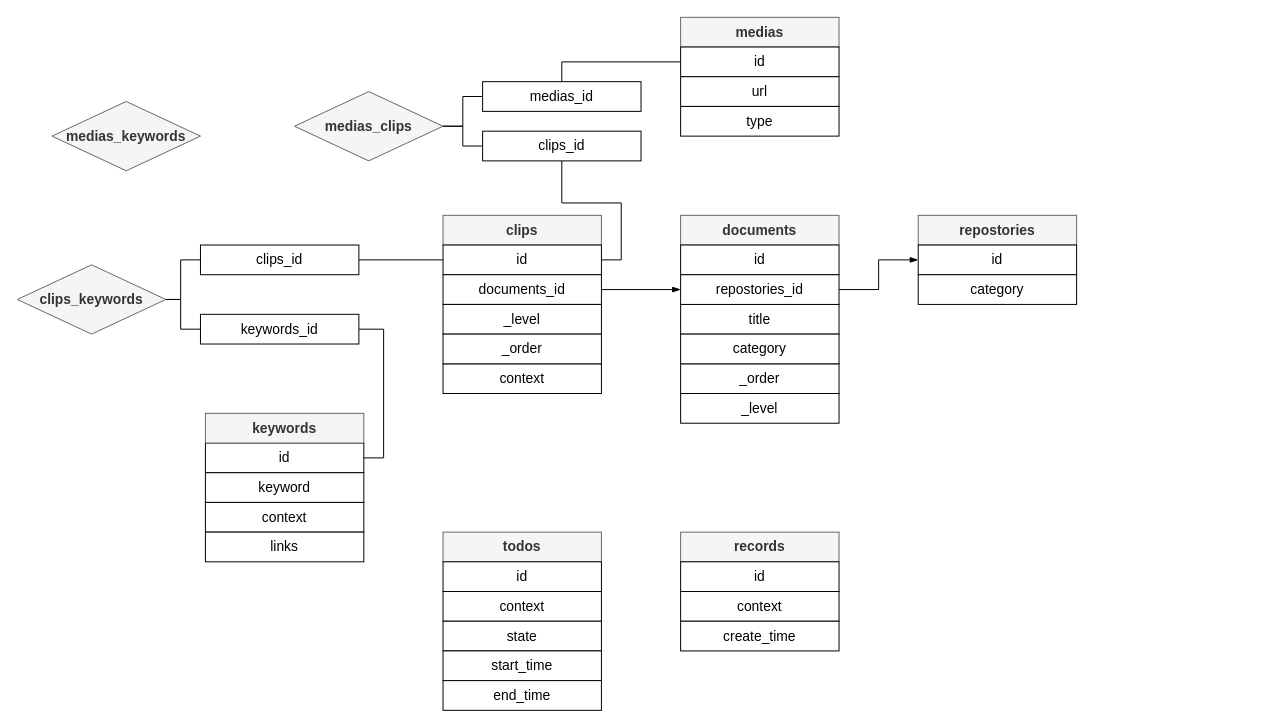
creatern/NoteBook keeps this draw.io diagram as page "E-R" (3 of 3) of Projects/captin/captin.drawio. Above is the earlier version. Source tidied: cells renumbered, new cells numbered last; positions are measured from the earlier drawing's top-left corner, leaving out a move shared by most shapes. Both pictures are drawn from the tidied source at 99%, with x=0, y=0 at pixel (17, 17).
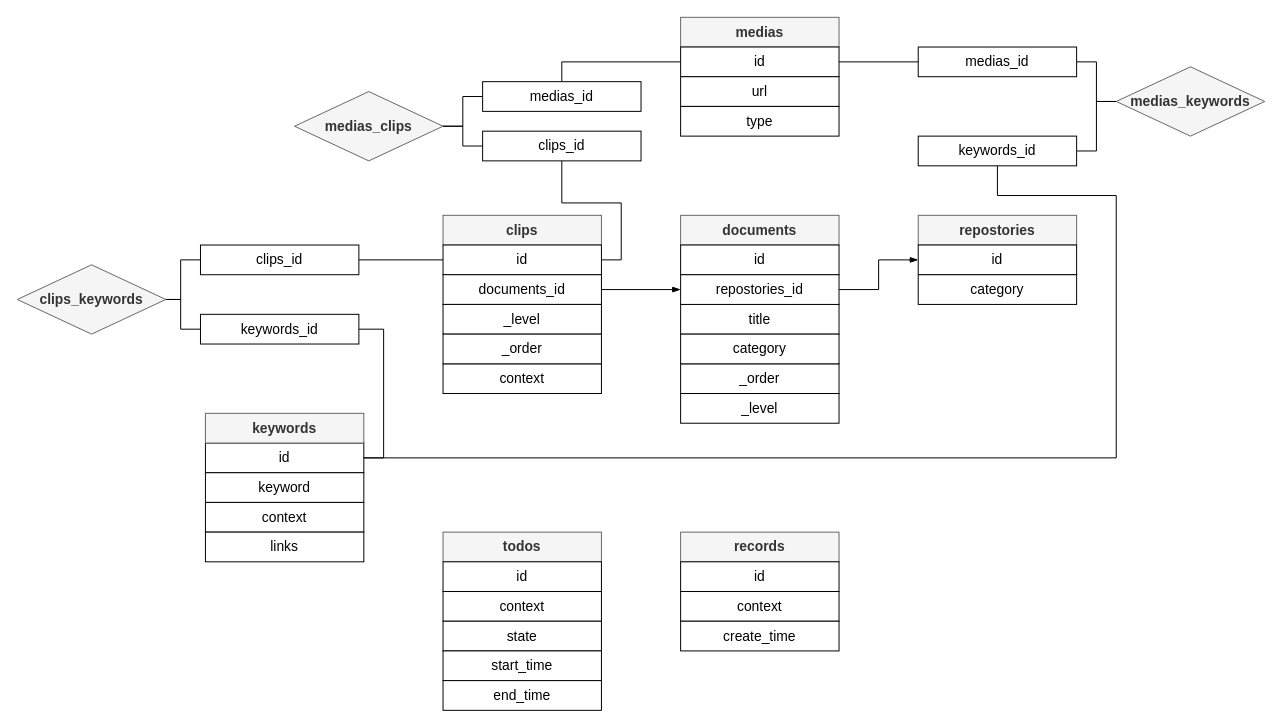
Above is the later version.

Unchanged cells that the change refers to:
```xml
<mxCell id="14" value="id" style="rounded=0;whiteSpace=wrap;html=1;fontFamily=Helvetica;fontSize=14;labelBackgroundColor=none;" parent="1" vertex="1">
  <mxGeometry x="190" y="430" width="160" height="30" as="geometry" />
</mxCell>
<mxCell id="44" value="id" style="rounded=0;whiteSpace=wrap;html=1;fontFamily=Helvetica;fontSize=14;labelBackgroundColor=none;" parent="1" vertex="1">
  <mxGeometry x="670" y="30" width="160" height="30" as="geometry" />
</mxCell>
```

Diff of the diagram source:
```diff
@@
+    <mxCell id="54" style="edgeStyle=orthogonalEdgeStyle;rounded=0;jettySize=auto;html=1;exitX=0;exitY=0.5;exitDx=0;exitDy=0;entryX=1;entryY=0.5;entryDx=0;entryDy=0;strokeColor=default;align=center;verticalAlign=middle;fontFamily=Helvetica;fontSize=11;fontColor=default;labelBackgroundColor=default;endArrow=none;endFill=0;" parent="1" edge="1" source="53" target="57">
+      <mxGeometry relative="1" as="geometry" />
+    </mxCell>
+    <mxCell id="55" style="edgeStyle=orthogonalEdgeStyle;rounded=0;jettySize=auto;html=1;exitX=0;exitY=0.5;exitDx=0;exitDy=0;entryX=1;entryY=0.5;entryDx=0;entryDy=0;strokeColor=default;align=center;verticalAlign=middle;fontFamily=Helvetica;fontSize=11;fontColor=default;labelBackgroundColor=default;endArrow=none;endFill=0;" parent="1" edge="1" source="53" target="59">
+      <mxGeometry relative="1" as="geometry" />
+    </mxCell>
     <mxCell id="53" value="&lt;span style=&quot;color: rgb(51, 51, 51); font-size: 14px; font-weight: 700;&quot;&gt;medias_keywords&lt;/span&gt;" style="rhombus;whiteSpace=wrap;html=1;fillColor=#f5f5f5;fontColor=#333333;strokeColor=#666666;" parent="1" vertex="1">
-      <mxGeometry x="35" y="85" width="150" height="70" as="geometry" />
+      <mxGeometry x="1110" y="50" width="150" height="70" as="geometry" />
     </mxCell>
+    <mxCell id="56" style="edgeStyle=orthogonalEdgeStyle;rounded=0;jettySize=auto;html=1;exitX=0;exitY=0.5;exitDx=0;exitDy=0;entryX=1;entryY=0.5;entryDx=0;entryDy=0;strokeColor=default;align=center;verticalAlign=middle;fontFamily=Helvetica;fontSize=11;fontColor=default;labelBackgroundColor=default;endArrow=none;endFill=0;" parent="1" edge="1" source="57" target="44">
+      <mxGeometry relative="1" as="geometry" />
+    </mxCell>
+    <mxCell id="57" value="medias_id" style="rounded=0;whiteSpace=wrap;html=1;fontFamily=Helvetica;fontSize=14;labelBackgroundColor=none;" parent="1" vertex="1">
+      <mxGeometry x="910" y="30" width="160" height="30" as="geometry" />
+    </mxCell>
+    <mxCell id="58" style="edgeStyle=orthogonalEdgeStyle;rounded=0;jettySize=auto;html=1;exitX=0.5;exitY=1;exitDx=0;exitDy=0;entryX=1;entryY=0.5;entryDx=0;entryDy=0;strokeColor=default;align=center;verticalAlign=middle;fontFamily=Helvetica;fontSize=11;fontColor=default;labelBackgroundColor=default;endArrow=none;endFill=0;" parent="1" edge="1" source="59" target="14">
+      <mxGeometry relative="1" as="geometry">
+        <Array as="points">
+          <mxPoint x="990" y="180" />
+          <mxPoint x="1110" y="180" />
+          <mxPoint x="1110" y="445" />
+        </Array>
+      </mxGeometry>
+    </mxCell>
+    <mxCell id="59" value="keywords_id" style="rounded=0;whiteSpace=wrap;html=1;fontFamily=Helvetica;fontSize=14;labelBackgroundColor=none;" parent="1" vertex="1">
+      <mxGeometry x="910" y="120" width="160" height="30" as="geometry" />
+    </mxCell>
```
